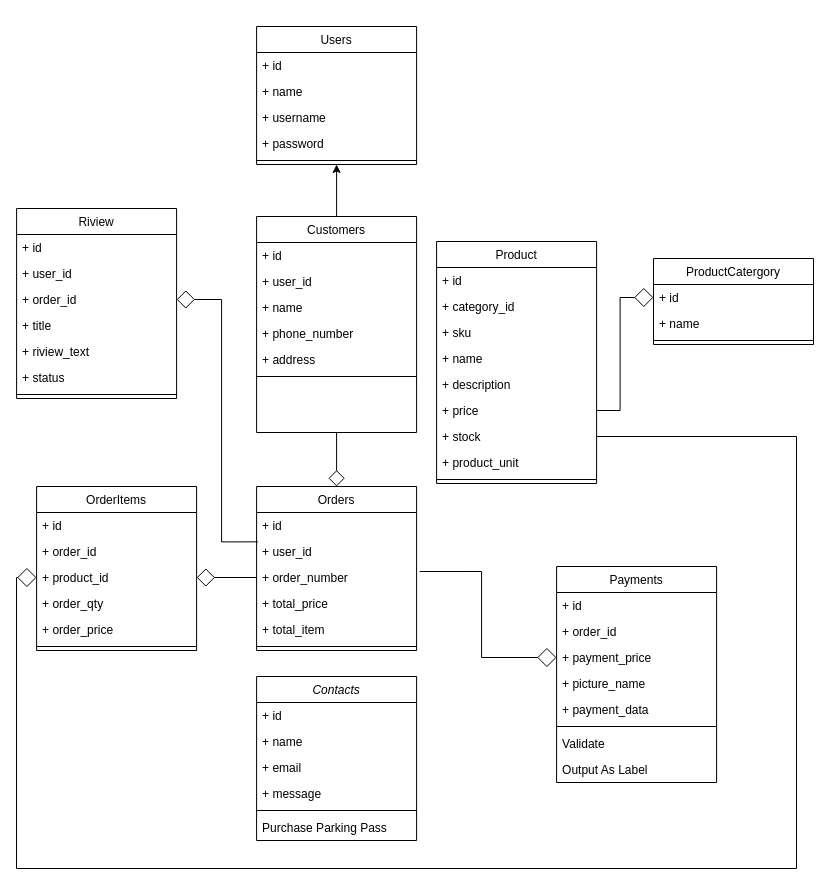
This is page "Page-1" (1 of 7) of File_Proyek3/diagram class.drawio from aldinurhanudin/Vmart_API, a draw.io file, before an edit. Source tidied: cells renumbered, new cells numbered last; positions are measured from the earlier drawing's top-left corner, leaving out a move shared by most shapes. Both pictures are drawn from the tidied source at 100%, with x=0, y=0 at pixel (16, 26).
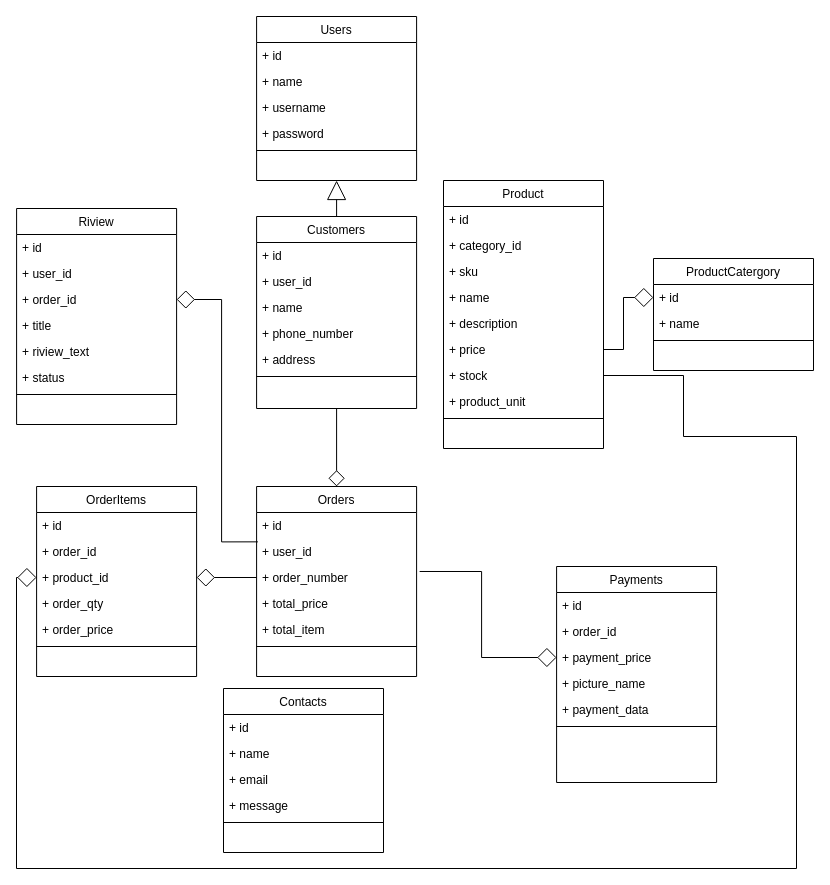
After the change.

Commit message:
diagram class revisi a

The change refers to these unchanged cells:
```xml
<mxCell id="24" value="+ stock" style="text;align=left;verticalAlign=top;spacingLeft=4;spacingRight=4;overflow=hidden;points=[[0,0.5],[1,0.5]];portConstraint=eastwest;" parent="17" vertex="1">
  <mxGeometry y="182" width="160" height="26" as="geometry" />
</mxCell>
<mxCell id="27" value="Payments" style="swimlane;fontStyle=0;align=center;verticalAlign=top;horizontal=1;startSize=26;rounded=0;shadow=0;strokeWidth=1;" parent="1" vertex="1">
  <mxGeometry x="540.1" y="540" width="160" height="216" as="geometry" />
</mxCell>
<mxCell id="53" value="+ product_id" style="text;align=left;verticalAlign=top;spacingLeft=4;spacingRight=4;overflow=hidden;points=[[0,0.5],[1,0.5]];portConstraint=eastwest;" parent="50" vertex="1">
  <mxGeometry y="78" width="160" height="26" as="geometry" />
</mxCell>
```

What changed in the source:
```diff
@@
-    <mxCell id="2" value="Contacts" style="swimlane;fontStyle=2;align=center;verticalAlign=top;horizontal=1;startSize=26;rounded=0;shadow=0;strokeWidth=1;" parent="1" vertex="1">
-      <mxGeometry x="240.1" y="650" width="160" height="164" as="geometry" />
+    <mxCell id="2" value="Contacts" style="swimlane;fontStyle=0;align=center;verticalAlign=top;horizontal=1;startSize=26;rounded=0;shadow=0;strokeWidth=1;" parent="1" vertex="1">
+      <mxGeometry x="207" y="662" width="160" height="164" as="geometry" />
     </mxCell>
@@
-    <mxCell id="8" value="Purchase Parking Pass" style="text;align=left;verticalAlign=top;spacingLeft=4;spacingRight=4;overflow=hidden;" parent="2" vertex="1">
+    <mxCell id="8" value=" " style="text;align=left;verticalAlign=top;spacingLeft=4;spacingRight=4;overflow=hidden;" parent="2" vertex="1">
       <mxGeometry y="138" width="160" height="26" as="geometry" />
     </mxCell>
-    <mxCell id="9" style="edgeStyle=orthogonalEdgeStyle;rounded=0;jettySize=auto;html=1;exitX=0.5;exitY=0;exitDx=0;exitDy=0;entryX=0.5;entryY=1;entryDx=0;entryDy=0;" parent="1" edge="1" source="10" target="36">
+    <mxCell id="9" style="edgeStyle=orthogonalEdgeStyle;rounded=0;jettySize=auto;html=1;exitX=0.5;exitY=0;exitDx=0;exitDy=0;entryX=0.5;entryY=1;entryDx=0;entryDy=0;startArrow=none;startFill=0;endArrow=block;endFill=0;startSize=6;endSize=17;" parent="1" edge="1" source="10" target="36">
       <mxGeometry relative="1" as="geometry" />
     </mxCell>
     <mxCell id="10" value="Customers" style="swimlane;fontStyle=0;align=center;verticalAlign=top;horizontal=1;startSize=26;rounded=0;shadow=0;strokeWidth=1;" parent="1" vertex="1">
-      <mxGeometry x="240.1" y="190" width="160" height="216" as="geometry" />
+      <mxGeometry x="240.1" y="190" width="160" height="192" as="geometry" />
     </mxCell>
@@
     <mxCell id="17" value="Product" style="swimlane;fontStyle=0;align=center;verticalAlign=top;horizontal=1;startSize=26;rounded=0;shadow=0;strokeWidth=1;" parent="1" vertex="1">
-      <mxGeometry x="420.1" y="215" width="160" height="242" as="geometry" />
+      <mxGeometry x="427" y="154" width="160" height="268" as="geometry" />
     </mxCell>
@@
+    <mxCell id="74" value=" " style="text;align=left;verticalAlign=top;spacingLeft=4;spacingRight=4;overflow=hidden;rounded=0;shadow=0;html=0;" parent="17" vertex="1">
+      <mxGeometry y="242" width="160" height="26" as="geometry" />
+    </mxCell>
@@
-    <mxCell id="34" value="Validate" style="text;align=left;verticalAlign=top;spacingLeft=4;spacingRight=4;overflow=hidden;" parent="27" vertex="1">
+    <mxCell id="34" value=" " style="text;align=left;verticalAlign=top;spacingLeft=4;spacingRight=4;overflow=hidden;" parent="27" vertex="1">
       <mxGeometry y="164" width="160" height="26" as="geometry" />
     </mxCell>
-    <mxCell id="35" value="Output As Label" style="text;align=left;verticalAlign=top;spacingLeft=4;spacingRight=4;overflow=hidden;" parent="27" vertex="1">
+    <mxCell id="35" value=" " style="text;align=left;verticalAlign=top;spacingLeft=4;spacingRight=4;overflow=hidden;" parent="27" vertex="1">
       <mxGeometry y="190" width="160" height="26" as="geometry" />
     </mxCell>
     <mxCell id="36" value="Users" style="swimlane;fontStyle=0;align=center;verticalAlign=top;horizontal=1;startSize=26;rounded=0;shadow=0;strokeWidth=1;" parent="1" vertex="1">
-      <mxGeometry x="240.1" width="160" height="138" as="geometry" />
+      <mxGeometry x="240.1" y="-10" width="160" height="164" as="geometry" />
     </mxCell>
@@
+    <mxCell id="75" value=" " style="text;align=left;verticalAlign=top;spacingLeft=4;spacingRight=4;overflow=hidden;rounded=0;shadow=0;html=0;" parent="36" vertex="1">
+      <mxGeometry y="138" width="160" height="26" as="geometry" />
+    </mxCell>
@@
     <mxCell id="43" value="Orders" style="swimlane;fontStyle=0;align=center;verticalAlign=top;horizontal=1;startSize=26;rounded=0;shadow=0;strokeWidth=1;" parent="1" vertex="1">
-      <mxGeometry x="240.1" y="460" width="160" height="164" as="geometry" />
+      <mxGeometry x="240.1" y="460" width="160" height="190" as="geometry" />
     </mxCell>
@@
+    <mxCell id="76" value=" " style="text;align=left;verticalAlign=top;spacingLeft=4;spacingRight=4;overflow=hidden;rounded=0;shadow=0;html=0;" parent="43" vertex="1">
+      <mxGeometry y="164" width="160" height="26" as="geometry" />
+    </mxCell>
     <mxCell id="50" value="OrderItems" style="swimlane;fontStyle=0;align=center;verticalAlign=top;horizontal=1;startSize=26;rounded=0;shadow=0;strokeWidth=1;" parent="1" vertex="1">
-      <mxGeometry x="20.1" y="460" width="160" height="164" as="geometry" />
+      <mxGeometry x="20.1" y="460" width="160" height="190" as="geometry" />
     </mxCell>
@@
+    <mxCell id="77" value=" " style="text;align=left;verticalAlign=top;spacingLeft=4;spacingRight=4;overflow=hidden;rounded=0;shadow=0;html=0;" parent="50" vertex="1">
+      <mxGeometry y="164" width="160" height="26" as="geometry" />
+    </mxCell>
     <mxCell id="57" value="ProductCatergory" style="swimlane;fontStyle=0;align=center;verticalAlign=top;horizontal=1;startSize=26;rounded=0;shadow=0;strokeWidth=1;" parent="1" vertex="1">
-      <mxGeometry x="637" y="232" width="160" height="86" as="geometry" />
+      <mxGeometry x="637" y="232" width="160" height="112" as="geometry" />
     </mxCell>
@@
+    <mxCell id="78" value=" " style="text;align=left;verticalAlign=top;spacingLeft=4;spacingRight=4;overflow=hidden;rounded=0;shadow=0;html=0;" parent="57" vertex="1">
+      <mxGeometry y="86" width="160" height="26" as="geometry" />
+    </mxCell>
     <mxCell id="61" value="Riview" style="swimlane;fontStyle=0;align=center;verticalAlign=top;horizontal=1;startSize=26;rounded=0;shadow=0;strokeWidth=1;" parent="1" vertex="1">
-      <mxGeometry x="0.1" y="182" width="160" height="190" as="geometry" />
+      <mxGeometry x="0.1" y="182" width="160" height="216" as="geometry" />
     </mxCell>
@@
+    <mxCell id="79" value=" " style="text;align=left;verticalAlign=top;spacingLeft=4;spacingRight=4;overflow=hidden;rounded=0;shadow=0;html=0;" parent="61" vertex="1">
+      <mxGeometry y="190" width="160" height="26" as="geometry" />
+    </mxCell>
@@
     <mxCell id="73" style="edgeStyle=orthogonalEdgeStyle;rounded=0;jettySize=auto;html=1;exitX=0;exitY=0.5;exitDx=0;exitDy=0;entryX=1;entryY=0.5;entryDx=0;entryDy=0;startArrow=diamond;startFill=0;endArrow=none;endFill=0;startSize=17;" parent="1" edge="1" source="53" target="24">
       <mxGeometry relative="1" as="geometry">
         <Array as="points">
           <mxPoint y="551" />
           <mxPoint y="842" />
           <mxPoint x="780" y="842" />
           <mxPoint x="780" y="410" />
+          <mxPoint x="667" y="410" />
+          <mxPoint x="667" y="349" />
         </Array>
       </mxGeometry>
     </mxCell>
```
